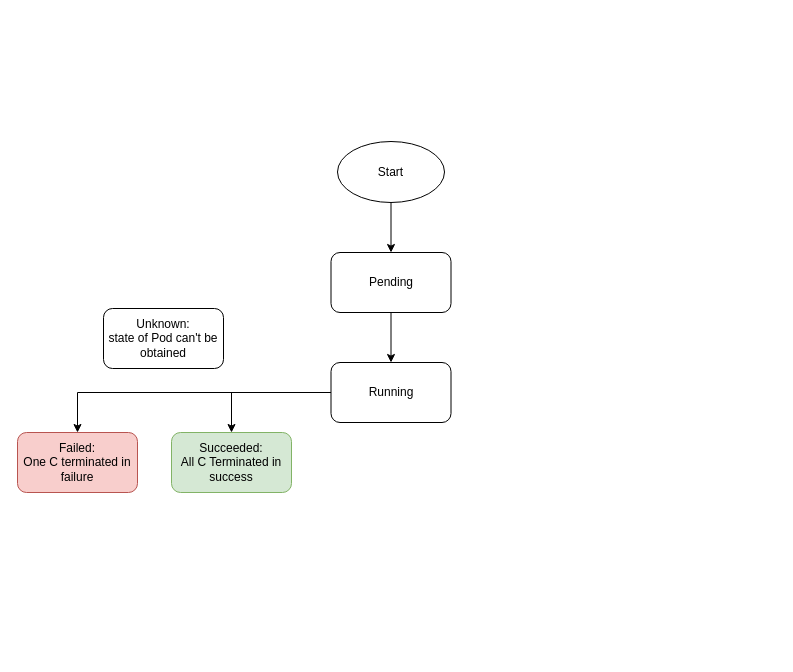
This is page "Page-2" (2 of 2) of pod lifecycle.drawio from Albert-W/Draw_io, a draw.io file, before an edit. Source tidied: cells renumbered, new cells numbered last; positions are measured from the earlier drawing's top-left corner, leaving out a move shared by most shapes. Both pictures are drawn from the tidied source at 100%, with x=0, y=0 at pixel (17, 141).
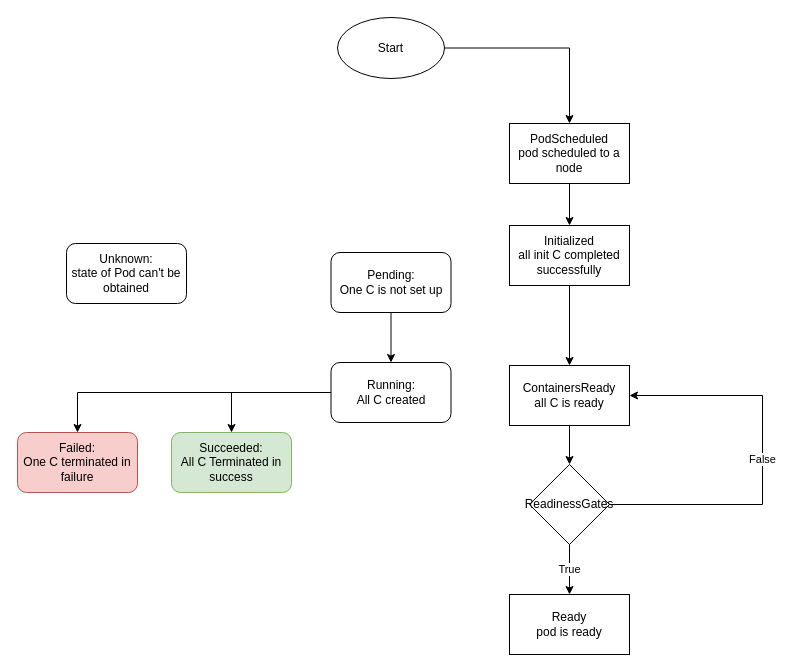
Above is the later version.

Diff of the diagram source:
```diff
@@
-    <mxCell id="2" style="edgeStyle=orthogonalEdgeStyle;rounded=0;jettySize=auto;html=1;exitX=0.5;exitY=1;exitDx=0;exitDy=0;entryX=0.5;entryY=0;entryDx=0;entryDy=0;" parent="1" edge="1" source="3" target="5">
-      <mxGeometry relative="1" as="geometry" />
-    </mxCell>
+    <mxCell id="12" style="edgeStyle=orthogonalEdgeStyle;rounded=0;jettySize=auto;html=1;exitX=1;exitY=0.5;exitDx=0;exitDy=0;entryX=0.5;entryY=0;entryDx=0;entryDy=0;" parent="1" edge="1" source="3" target="14">
+      <mxGeometry relative="1" as="geometry" />
+    </mxCell>
     <mxCell id="3" value="Start" style="ellipse;whiteSpace=wrap;html=1;" parent="1" vertex="1">
-      <mxGeometry x="320" width="107" height="61" as="geometry" />
+      <mxGeometry x="320" y="-124" width="107" height="61" as="geometry" />
     </mxCell>
@@
-    <mxCell id="5" value="Pending" style="rounded=1;whiteSpace=wrap;html=1;" parent="1" vertex="1">
+    <mxCell id="5" value="Pending:&lt;div&gt;One C is not set up&lt;/div&gt;" style="rounded=1;whiteSpace=wrap;html=1;" parent="1" vertex="1">
       <mxGeometry x="313.5" y="111" width="120" height="60" as="geometry" />
     </mxCell>
@@
-    <mxCell id="8" value="Running" style="rounded=1;whiteSpace=wrap;html=1;" parent="1" vertex="1">
+    <mxCell id="8" value="Running:&lt;div&gt;All C created&lt;/div&gt;" style="rounded=1;whiteSpace=wrap;html=1;" parent="1" vertex="1">
       <mxGeometry x="313.5" y="221" width="120" height="60" as="geometry" />
     </mxCell>
@@
     <mxCell id="11" value="Unknown:&lt;div&gt;state of Pod can't be obtained&lt;/div&gt;" style="rounded=1;whiteSpace=wrap;html=1;" parent="1" vertex="1">
-      <mxGeometry x="86" y="167" width="120" height="60" as="geometry" />
+      <mxGeometry x="49" y="102" width="120" height="60" as="geometry" />
     </mxCell>
+    <mxCell id="13" style="edgeStyle=orthogonalEdgeStyle;rounded=0;jettySize=auto;html=1;exitX=0.5;exitY=1;exitDx=0;exitDy=0;entryX=0.5;entryY=0;entryDx=0;entryDy=0;" parent="1" edge="1" source="14" target="16">
+      <mxGeometry relative="1" as="geometry" />
+    </mxCell>
+    <mxCell id="14" value="PodScheduled&lt;div&gt;pod scheduled to a node&lt;/div&gt;" style="rounded=0;whiteSpace=wrap;html=1;" parent="1" vertex="1">
+      <mxGeometry x="492" y="-18" width="120" height="60" as="geometry" />
+    </mxCell>
+    <mxCell id="15" style="edgeStyle=orthogonalEdgeStyle;rounded=0;jettySize=auto;html=1;" parent="1" edge="1" source="16" target="18">
+      <mxGeometry relative="1" as="geometry" />
+    </mxCell>
+    <mxCell id="16" value="Initialized&lt;div&gt;all init C completed successfully&lt;/div&gt;" style="rounded=0;whiteSpace=wrap;html=1;" parent="1" vertex="1">
+      <mxGeometry x="492" y="84" width="120" height="60" as="geometry" />
+    </mxCell>
+    <mxCell id="17" style="edgeStyle=orthogonalEdgeStyle;rounded=0;jettySize=auto;html=1;exitX=0.5;exitY=1;exitDx=0;exitDy=0;entryX=0.5;entryY=0;entryDx=0;entryDy=0;" parent="1" edge="1" source="18" target="22">
+      <mxGeometry relative="1" as="geometry" />
+    </mxCell>
+    <mxCell id="18" value="ContainersReady&lt;div&gt;all C is ready&lt;/div&gt;" style="rounded=0;whiteSpace=wrap;html=1;" parent="1" vertex="1">
+      <mxGeometry x="492" y="224" width="120" height="60" as="geometry" />
+    </mxCell>
+    <mxCell id="19" value="Ready&lt;div&gt;pod is ready&lt;/div&gt;" style="rounded=0;whiteSpace=wrap;html=1;" parent="1" vertex="1">
+      <mxGeometry x="492" y="453" width="120" height="60" as="geometry" />
+    </mxCell>
+    <mxCell id="20" value="False" style="edgeStyle=orthogonalEdgeStyle;rounded=0;jettySize=auto;html=1;exitX=1;exitY=0.5;exitDx=0;exitDy=0;entryX=1;entryY=0.5;entryDx=0;entryDy=0;" parent="1" edge="1" source="22" target="18">
+      <mxGeometry relative="1" as="geometry">
+        <Array as="points">
+          <mxPoint x="745" y="363" />
+          <mxPoint x="745" y="254" />
+        </Array>
+      </mxGeometry>
+    </mxCell>
+    <mxCell id="21" value="True" style="edgeStyle=orthogonalEdgeStyle;rounded=0;jettySize=auto;html=1;exitX=0.5;exitY=1;exitDx=0;exitDy=0;entryX=0.5;entryY=0;entryDx=0;entryDy=0;" parent="1" edge="1" source="22" target="19">
+      <mxGeometry relative="1" as="geometry" />
+    </mxCell>
+    <mxCell id="22" value="ReadinessGates" style="rhombus;whiteSpace=wrap;html=1;" parent="1" vertex="1">
+      <mxGeometry x="512" y="323" width="80" height="80" as="geometry" />
+    </mxCell>
```
